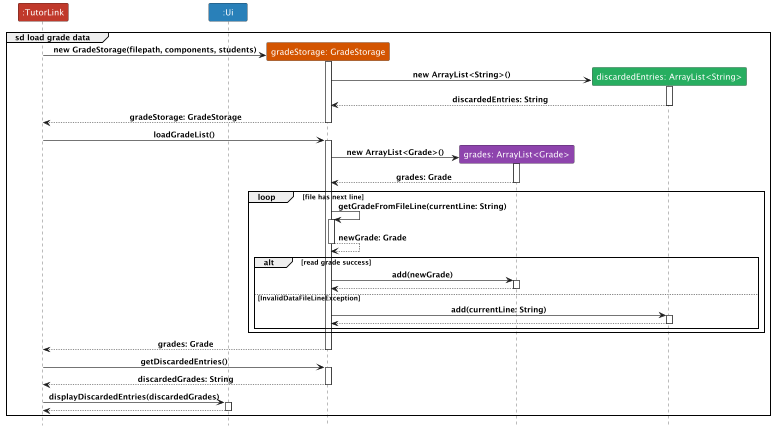
Before: docs/diagrams/GradeStorage.png, a diagram exported from PlantUML (yeekian/tp). Its source is kept beside it as docs/diagrams/GradeStorage.puml.
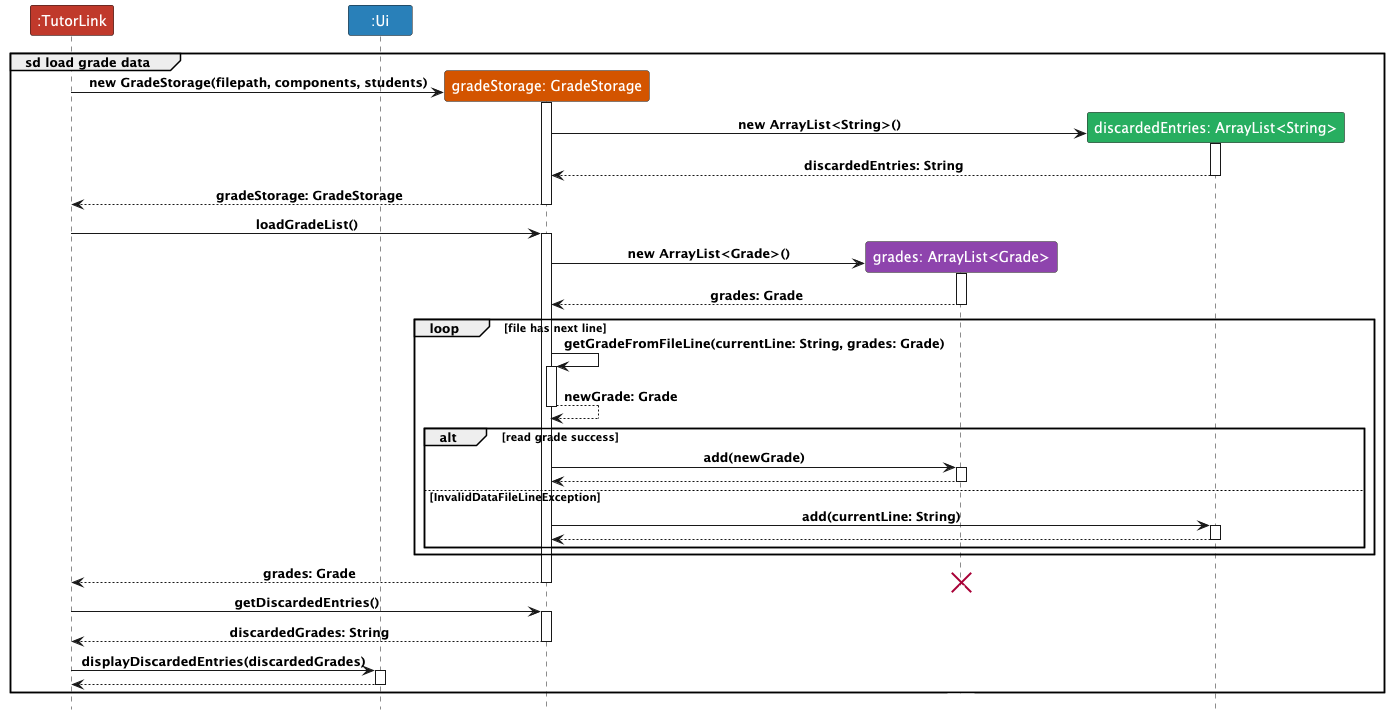
After the commit.

Commit message:
Update GradeStorage uml

Diff of the diagram source:
```diff
@@ -31,7 +31,7 @@
 deactivate AL
 
 loop file has next line
-    GS -> GS: getGradeFromFileLine(currentLine: String)
+    GS -> GS: getGradeFromFileLine(currentLine: String, grades: Grade)
     activate GS
     GS --> GS: newGrade: Grade
     deactivate GS
@@ -53,6 +53,8 @@
 TL <-- GS: grades: Grade
 deactivate GS
 
+destroy AL
+
 TL -> GS: getDiscardedEntries()
 activate GS
 TL <-- GS: discardedGrades: String
```
